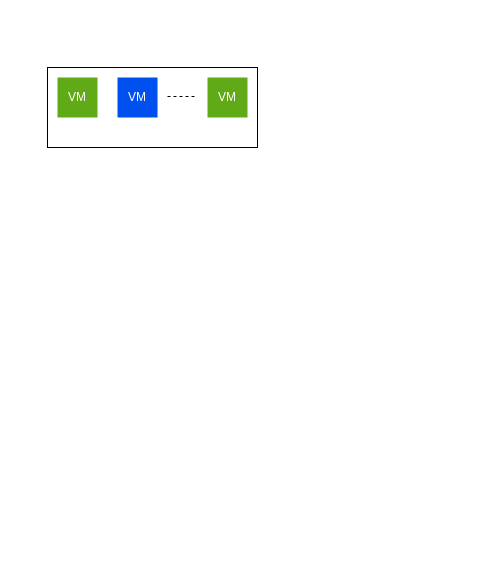
Before: Virtual ELB.drawio in sugchand/drawio, a draw.io diagram. Source tidied: cells renumbered, new cells numbered last; positions are measured from the earlier drawing's top-left corner, leaving out a move shared by most shapes. Both pictures are drawn from the tidied source at 100%, with x=0, y=0 at pixel (47, 67).
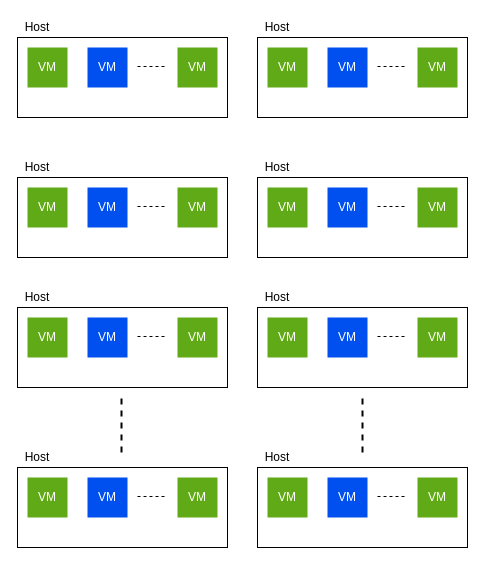
The same page after the edit.

The edit, as a diff of the source:
```diff
@@
+    <mxCell id="7" style="group;" parent="1" vertex="1">
+      <mxGeometry x="-30" y="-50" width="210" height="100" as="geometry" />
+    </mxCell>
-    <mxCell id="2" style="rounded=0;whiteSpace=wrap;html=1;" parent="1" vertex="1">
-      <mxGeometry width="210" height="80" as="geometry" />
+    <mxCell id="2" style="rounded=0;whiteSpace=wrap;html=1;" parent="7" vertex="1">
+      <mxGeometry y="20" width="210" height="80" as="geometry" />
     </mxCell>
-    <mxCell id="3" value="VM" style="rounded=0;whiteSpace=wrap;html=1;fillColor=#60a917;strokeColor=none;fontColor=#ffffff;" parent="1" vertex="1">
-      <mxGeometry x="10" y="10" width="40" height="40" as="geometry" />
+    <mxCell id="3" value="VM" style="rounded=0;whiteSpace=wrap;html=1;fillColor=#60a917;strokeColor=none;fontColor=#ffffff;" parent="7" vertex="1">
+      <mxGeometry x="10" y="30" width="40" height="40" as="geometry" />
     </mxCell>
-    <mxCell id="4" value="VM" style="rounded=0;whiteSpace=wrap;html=1;fillColor=#0050ef;strokeColor=none;fontColor=#ffffff;" parent="1" vertex="1">
-      <mxGeometry x="70" y="10" width="40" height="40" as="geometry" />
+    <mxCell id="4" value="VM" style="rounded=0;whiteSpace=wrap;html=1;fillColor=#0050ef;strokeColor=none;fontColor=#ffffff;" parent="7" vertex="1">
+      <mxGeometry x="70" y="30" width="40" height="40" as="geometry" />
     </mxCell>
-    <mxCell id="5" value="VM" style="rounded=0;whiteSpace=wrap;html=1;fillColor=#60a917;strokeColor=none;fontColor=#ffffff;" parent="1" vertex="1">
-      <mxGeometry x="160" y="10" width="40" height="40" as="geometry" />
+    <mxCell id="5" value="VM" style="rounded=0;whiteSpace=wrap;html=1;fillColor=#60a917;strokeColor=none;fontColor=#ffffff;" parent="7" vertex="1">
+      <mxGeometry x="160" y="30" width="40" height="40" as="geometry" />
     </mxCell>
-    <mxCell id="6" style="endArrow=none;dashed=1;html=1;" parent="1" edge="1">
+    <mxCell id="6" style="endArrow=none;dashed=1;html=1;" parent="7" edge="1">
       <mxGeometry relative="1" as="geometry">
-        <mxPoint x="120" y="29" as="sourcePoint" />
-        <mxPoint x="150" y="29" as="targetPoint" />
+        <mxPoint x="120" y="49" as="sourcePoint" />
+        <mxPoint x="150" y="49" as="targetPoint" />
       </mxGeometry>
     </mxCell>
+    <mxCell id="8" value="Host" style="text;html=1;strokeColor=none;fillColor=none;align=center;verticalAlign=middle;whiteSpace=wrap;rounded=0;" parent="7" vertex="1">
+      <mxGeometry width="40" height="20" as="geometry" />
+    </mxCell>
+    <mxCell id="9" style="group;" parent="1" vertex="1">
+      <mxGeometry x="210" y="-50" width="210" height="100" as="geometry" />
+    </mxCell>
+    <mxCell id="10" style="rounded=0;whiteSpace=wrap;html=1;" parent="9" vertex="1">
+      <mxGeometry y="20" width="210" height="80" as="geometry" />
+    </mxCell>
+    <mxCell id="11" value="VM" style="rounded=0;whiteSpace=wrap;html=1;fillColor=#60a917;strokeColor=none;fontColor=#ffffff;" parent="9" vertex="1">
+      <mxGeometry x="10" y="30" width="40" height="40" as="geometry" />
+    </mxCell>
+    <mxCell id="12" value="VM" style="rounded=0;whiteSpace=wrap;html=1;fillColor=#0050ef;strokeColor=none;fontColor=#ffffff;" parent="9" vertex="1">
+      <mxGeometry x="70" y="30" width="40" height="40" as="geometry" />
+    </mxCell>
+    <mxCell id="13" value="VM" style="rounded=0;whiteSpace=wrap;html=1;fillColor=#60a917;strokeColor=none;fontColor=#ffffff;" parent="9" vertex="1">
+      <mxGeometry x="160" y="30" width="40" height="40" as="geometry" />
+    </mxCell>
+    <mxCell id="14" style="endArrow=none;dashed=1;html=1;" parent="9" edge="1">
+      <mxGeometry relative="1" as="geometry">
+        <mxPoint x="120" y="49" as="sourcePoint" />
+        <mxPoint x="150" y="49" as="targetPoint" />
+      </mxGeometry>
+    </mxCell>
+    <mxCell id="15" value="Host" style="text;html=1;strokeColor=none;fillColor=none;align=center;verticalAlign=middle;whiteSpace=wrap;rounded=0;" parent="9" vertex="1">
+      <mxGeometry width="40" height="20" as="geometry" />
+    </mxCell>
+    <mxCell id="16" style="group;" parent="1" vertex="1">
+      <mxGeometry x="-30" y="90" width="210" height="100" as="geometry" />
+    </mxCell>
+    <mxCell id="17" style="rounded=0;whiteSpace=wrap;html=1;" parent="16" vertex="1">
+      <mxGeometry y="20" width="210" height="80" as="geometry" />
+    </mxCell>
+    <mxCell id="18" value="VM" style="rounded=0;whiteSpace=wrap;html=1;fillColor=#60a917;strokeColor=none;fontColor=#ffffff;" parent="16" vertex="1">
+      <mxGeometry x="10" y="30" width="40" height="40" as="geometry" />
+    </mxCell>
+    <mxCell id="19" value="VM" style="rounded=0;whiteSpace=wrap;html=1;fillColor=#0050ef;strokeColor=none;fontColor=#ffffff;" parent="16" vertex="1">
+      <mxGeometry x="70" y="30" width="40" height="40" as="geometry" />
+    </mxCell>
+    <mxCell id="20" value="VM" style="rounded=0;whiteSpace=wrap;html=1;fillColor=#60a917;strokeColor=none;fontColor=#ffffff;" parent="16" vertex="1">
+      <mxGeometry x="160" y="30" width="40" height="40" as="geometry" />
+    </mxCell>
+    <mxCell id="21" style="endArrow=none;dashed=1;html=1;" parent="16" edge="1">
+      <mxGeometry relative="1" as="geometry">
+        <mxPoint x="120" y="49" as="sourcePoint" />
+        <mxPoint x="150" y="49" as="targetPoint" />
+      </mxGeometry>
+    </mxCell>
+    <mxCell id="22" value="Host" style="text;html=1;strokeColor=none;fillColor=none;align=center;verticalAlign=middle;whiteSpace=wrap;rounded=0;" parent="16" vertex="1">
+      <mxGeometry width="40" height="20" as="geometry" />
+    </mxCell>
+    <mxCell id="23" style="group;" parent="1" vertex="1">
+      <mxGeometry x="210" y="90" width="210" height="100" as="geometry" />
+    </mxCell>
+    <mxCell id="24" style="rounded=0;whiteSpace=wrap;html=1;" parent="23" vertex="1">
+      <mxGeometry y="20" width="210" height="80" as="geometry" />
+    </mxCell>
+    <mxCell id="25" value="VM" style="rounded=0;whiteSpace=wrap;html=1;fillColor=#60a917;strokeColor=none;fontColor=#ffffff;" parent="23" vertex="1">
+      <mxGeometry x="10" y="30" width="40" height="40" as="geometry" />
+    </mxCell>
+    <mxCell id="26" value="VM" style="rounded=0;whiteSpace=wrap;html=1;fillColor=#0050ef;strokeColor=none;fontColor=#ffffff;" parent="23" vertex="1">
+      <mxGeometry x="70" y="30" width="40" height="40" as="geometry" />
+    </mxCell>
+    <mxCell id="27" value="VM" style="rounded=0;whiteSpace=wrap;html=1;fillColor=#60a917;strokeColor=none;fontColor=#ffffff;" parent="23" vertex="1">
+      <mxGeometry x="160" y="30" width="40" height="40" as="geometry" />
+    </mxCell>
+    <mxCell id="28" style="endArrow=none;dashed=1;html=1;" parent="23" edge="1">
+      <mxGeometry relative="1" as="geometry">
+        <mxPoint x="120" y="49" as="sourcePoint" />
+        <mxPoint x="150" y="49" as="targetPoint" />
+      </mxGeometry>
+    </mxCell>
+    <mxCell id="29" value="Host" style="text;html=1;strokeColor=none;fillColor=none;align=center;verticalAlign=middle;whiteSpace=wrap;rounded=0;" parent="23" vertex="1">
+      <mxGeometry width="40" height="20" as="geometry" />
+    </mxCell>
+    <mxCell id="30" style="group;" parent="1" vertex="1">
+      <mxGeometry x="-30" y="220" width="210" height="100" as="geometry" />
+    </mxCell>
+    <mxCell id="31" style="rounded=0;whiteSpace=wrap;html=1;" parent="30" vertex="1">
+      <mxGeometry y="20" width="210" height="80" as="geometry" />
+    </mxCell>
+    <mxCell id="32" value="VM" style="rounded=0;whiteSpace=wrap;html=1;fillColor=#60a917;strokeColor=none;fontColor=#ffffff;" parent="30" vertex="1">
+      <mxGeometry x="10" y="30" width="40" height="40" as="geometry" />
+    </mxCell>
+    <mxCell id="33" value="VM" style="rounded=0;whiteSpace=wrap;html=1;fillColor=#0050ef;strokeColor=none;fontColor=#ffffff;" parent="30" vertex="1">
+      <mxGeometry x="70" y="30" width="40" height="40" as="geometry" />
+    </mxCell>
+    <mxCell id="34" value="VM" style="rounded=0;whiteSpace=wrap;html=1;fillColor=#60a917;strokeColor=none;fontColor=#ffffff;" parent="30" vertex="1">
+      <mxGeometry x="160" y="30" width="40" height="40" as="geometry" />
+    </mxCell>
+    <mxCell id="35" style="endArrow=none;dashed=1;html=1;" parent="30" edge="1">
+      <mxGeometry relative="1" as="geometry">
+        <mxPoint x="120" y="49" as="sourcePoint" />
+        <mxPoint x="150" y="49" as="targetPoint" />
+      </mxGeometry>
+    </mxCell>
+    <mxCell id="36" value="Host" style="text;html=1;strokeColor=none;fillColor=none;align=center;verticalAlign=middle;whiteSpace=wrap;rounded=0;" parent="30" vertex="1">
+      <mxGeometry width="40" height="20" as="geometry" />
+    </mxCell>
+    <mxCell id="37" style="group;" parent="1" vertex="1">
+      <mxGeometry x="210" y="220" width="210" height="100" as="geometry" />
+    </mxCell>
+    <mxCell id="38" style="rounded=0;whiteSpace=wrap;html=1;" parent="37" vertex="1">
+      <mxGeometry y="20" width="210" height="80" as="geometry" />
+    </mxCell>
+    <mxCell id="39" value="VM" style="rounded=0;whiteSpace=wrap;html=1;fillColor=#60a917;strokeColor=none;fontColor=#ffffff;" parent="37" vertex="1">
+      <mxGeometry x="10" y="30" width="40" height="40" as="geometry" />
+    </mxCell>
+    <mxCell id="40" value="VM" style="rounded=0;whiteSpace=wrap;html=1;fillColor=#0050ef;strokeColor=none;fontColor=#ffffff;" parent="37" vertex="1">
+      <mxGeometry x="70" y="30" width="40" height="40" as="geometry" />
+    </mxCell>
+    <mxCell id="41" value="VM" style="rounded=0;whiteSpace=wrap;html=1;fillColor=#60a917;strokeColor=none;fontColor=#ffffff;" parent="37" vertex="1">
+      <mxGeometry x="160" y="30" width="40" height="40" as="geometry" />
+    </mxCell>
+    <mxCell id="42" style="endArrow=none;dashed=1;html=1;" parent="37" edge="1">
+      <mxGeometry relative="1" as="geometry">
+        <mxPoint x="120" y="49" as="sourcePoint" />
+        <mxPoint x="150" y="49" as="targetPoint" />
+      </mxGeometry>
+    </mxCell>
+    <mxCell id="43" value="Host" style="text;html=1;strokeColor=none;fillColor=none;align=center;verticalAlign=middle;whiteSpace=wrap;rounded=0;" parent="37" vertex="1">
+      <mxGeometry width="40" height="20" as="geometry" />
+    </mxCell>
+    <mxCell id="44" style="group;" parent="1" vertex="1">
+      <mxGeometry x="-30" y="380" width="210" height="100" as="geometry" />
+    </mxCell>
+    <mxCell id="45" style="rounded=0;whiteSpace=wrap;html=1;" parent="44" vertex="1">
+      <mxGeometry y="20" width="210" height="80" as="geometry" />
+    </mxCell>
+    <mxCell id="46" value="VM" style="rounded=0;whiteSpace=wrap;html=1;fillColor=#60a917;strokeColor=none;fontColor=#ffffff;" parent="44" vertex="1">
+      <mxGeometry x="10" y="30" width="40" height="40" as="geometry" />
+    </mxCell>
+    <mxCell id="47" value="VM" style="rounded=0;whiteSpace=wrap;html=1;fillColor=#0050ef;strokeColor=none;fontColor=#ffffff;" parent="44" vertex="1">
+      <mxGeometry x="70" y="30" width="40" height="40" as="geometry" />
+    </mxCell>
+    <mxCell id="48" value="VM" style="rounded=0;whiteSpace=wrap;html=1;fillColor=#60a917;strokeColor=none;fontColor=#ffffff;" parent="44" vertex="1">
+      <mxGeometry x="160" y="30" width="40" height="40" as="geometry" />
+    </mxCell>
+    <mxCell id="49" style="endArrow=none;dashed=1;html=1;" parent="44" edge="1">
+      <mxGeometry relative="1" as="geometry">
+        <mxPoint x="120" y="49" as="sourcePoint" />
+        <mxPoint x="150" y="49" as="targetPoint" />
+      </mxGeometry>
+    </mxCell>
+    <mxCell id="50" value="Host" style="text;html=1;strokeColor=none;fillColor=none;align=center;verticalAlign=middle;whiteSpace=wrap;rounded=0;" parent="44" vertex="1">
+      <mxGeometry width="40" height="20" as="geometry" />
+    </mxCell>
+    <mxCell id="51" style="group;" parent="1" vertex="1">
+      <mxGeometry x="210" y="380" width="210" height="100" as="geometry" />
+    </mxCell>
+    <mxCell id="52" style="rounded=0;whiteSpace=wrap;html=1;" parent="51" vertex="1">
+      <mxGeometry y="20" width="210" height="80" as="geometry" />
+    </mxCell>
+    <mxCell id="53" value="VM" style="rounded=0;whiteSpace=wrap;html=1;fillColor=#60a917;strokeColor=none;fontColor=#ffffff;" parent="51" vertex="1">
+      <mxGeometry x="10" y="30" width="40" height="40" as="geometry" />
+    </mxCell>
+    <mxCell id="54" value="VM" style="rounded=0;whiteSpace=wrap;html=1;fillColor=#0050ef;strokeColor=none;fontColor=#ffffff;" parent="51" vertex="1">
+      <mxGeometry x="70" y="30" width="40" height="40" as="geometry" />
+    </mxCell>
+    <mxCell id="55" value="VM" style="rounded=0;whiteSpace=wrap;html=1;fillColor=#60a917;strokeColor=none;fontColor=#ffffff;" parent="51" vertex="1">
+      <mxGeometry x="160" y="30" width="40" height="40" as="geometry" />
+    </mxCell>
+    <mxCell id="56" style="endArrow=none;dashed=1;html=1;" parent="51" edge="1">
+      <mxGeometry relative="1" as="geometry">
+        <mxPoint x="120" y="49" as="sourcePoint" />
+        <mxPoint x="150" y="49" as="targetPoint" />
+      </mxGeometry>
+    </mxCell>
+    <mxCell id="57" value="Host" style="text;html=1;strokeColor=none;fillColor=none;align=center;verticalAlign=middle;whiteSpace=wrap;rounded=0;" parent="51" vertex="1">
+      <mxGeometry width="40" height="20" as="geometry" />
+    </mxCell>
+    <mxCell id="58" style="endArrow=none;dashed=1;html=1;strokeWidth=2;" parent="1" edge="1">
+      <mxGeometry relative="1" as="geometry">
+        <mxPoint x="74" y="385" as="sourcePoint" />
+        <mxPoint x="74" y="325" as="targetPoint" />
+      </mxGeometry>
+    </mxCell>
+    <mxCell id="59" style="endArrow=none;dashed=1;html=1;strokeWidth=2;" parent="1" edge="1">
+      <mxGeometry relative="1" as="geometry">
+        <mxPoint x="315" y="385" as="sourcePoint" />
+        <mxPoint x="315" y="325" as="targetPoint" />
+      </mxGeometry>
+    </mxCell>
```
